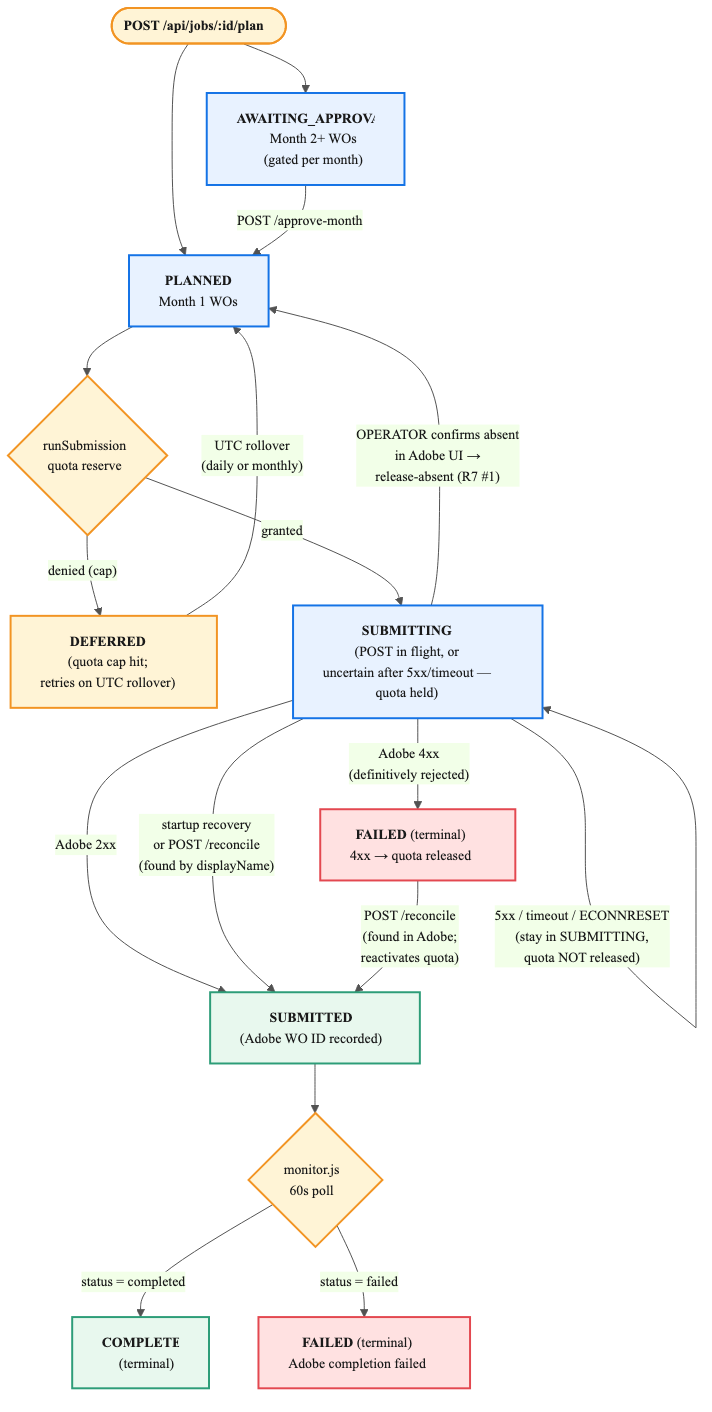
Before: docs/diagrams/03-work-order-state-machine.png, a diagram exported from Mermaid (tkantk/aep-lifecycle-helper). Its source is kept beside it as docs/diagrams/03-work-order-state-machine.mmd.
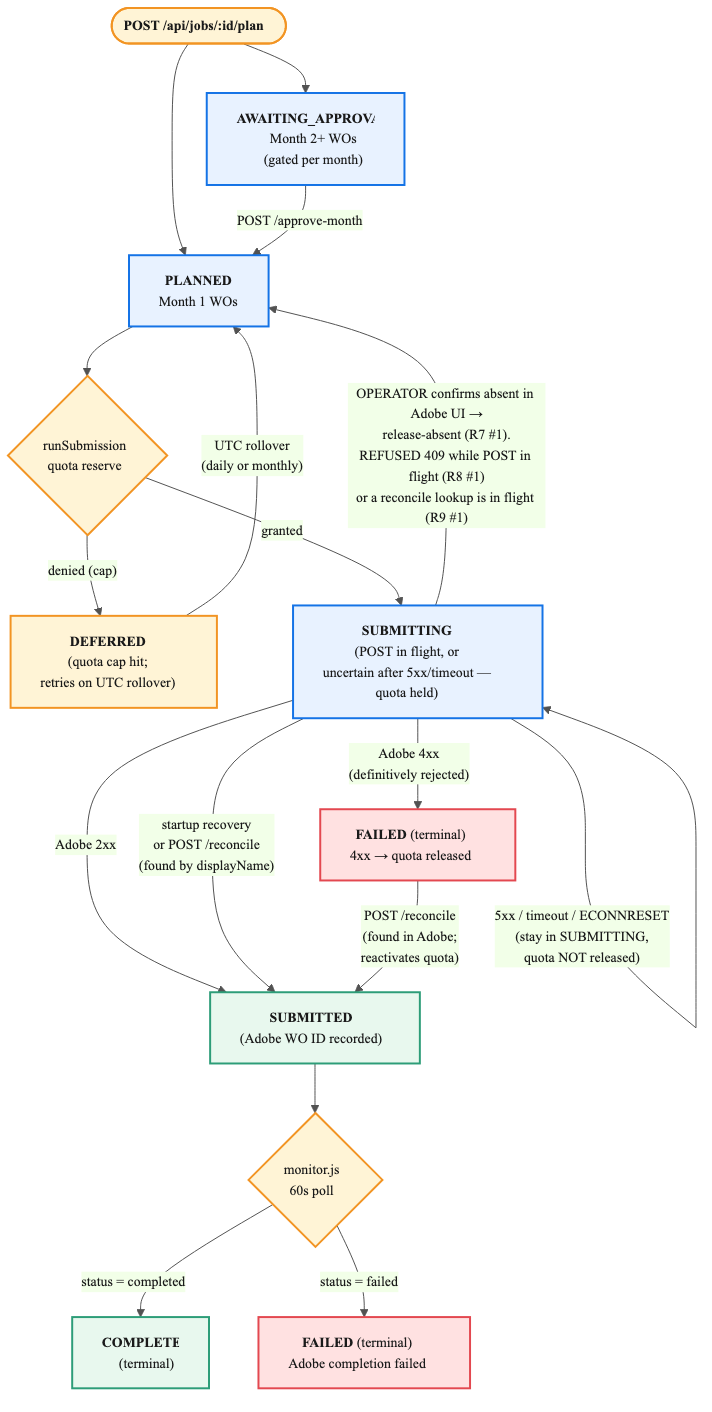
Above is the later version.

Commit message:
fix: R9 — close release-absent vs. reconcile-lookup duplicate race

Change to the diagram source:
```diff
@@ -48,7 +48,7 @@
 
   SUBing -->|"startup recovery<br/>or POST /reconcile<br/>(found by displayName)"| SUBed
   F -->|"POST /reconcile<br/>(found in Adobe;<br/>reactivates quota)"| SUBed
-  SUBing -->|"OPERATOR confirms absent<br/>in Adobe UI →<br/>release-absent (R7 #1)"| P
+  SUBing -->|"OPERATOR confirms absent in Adobe UI →<br/>release-absent (R7 #1).<br/>REFUSED 409 while POST in flight (R8 #1)<br/>or a reconcile lookup is in flight (R9 #1)"| P
 
   classDef start  fill:#FFF4D6,stroke:#F29423,stroke-width:2px,color:#1A1A1A
   classDef gate   fill:#FFF4D6,stroke:#F29423,stroke-width:2px,color:#1A1A1A
```
